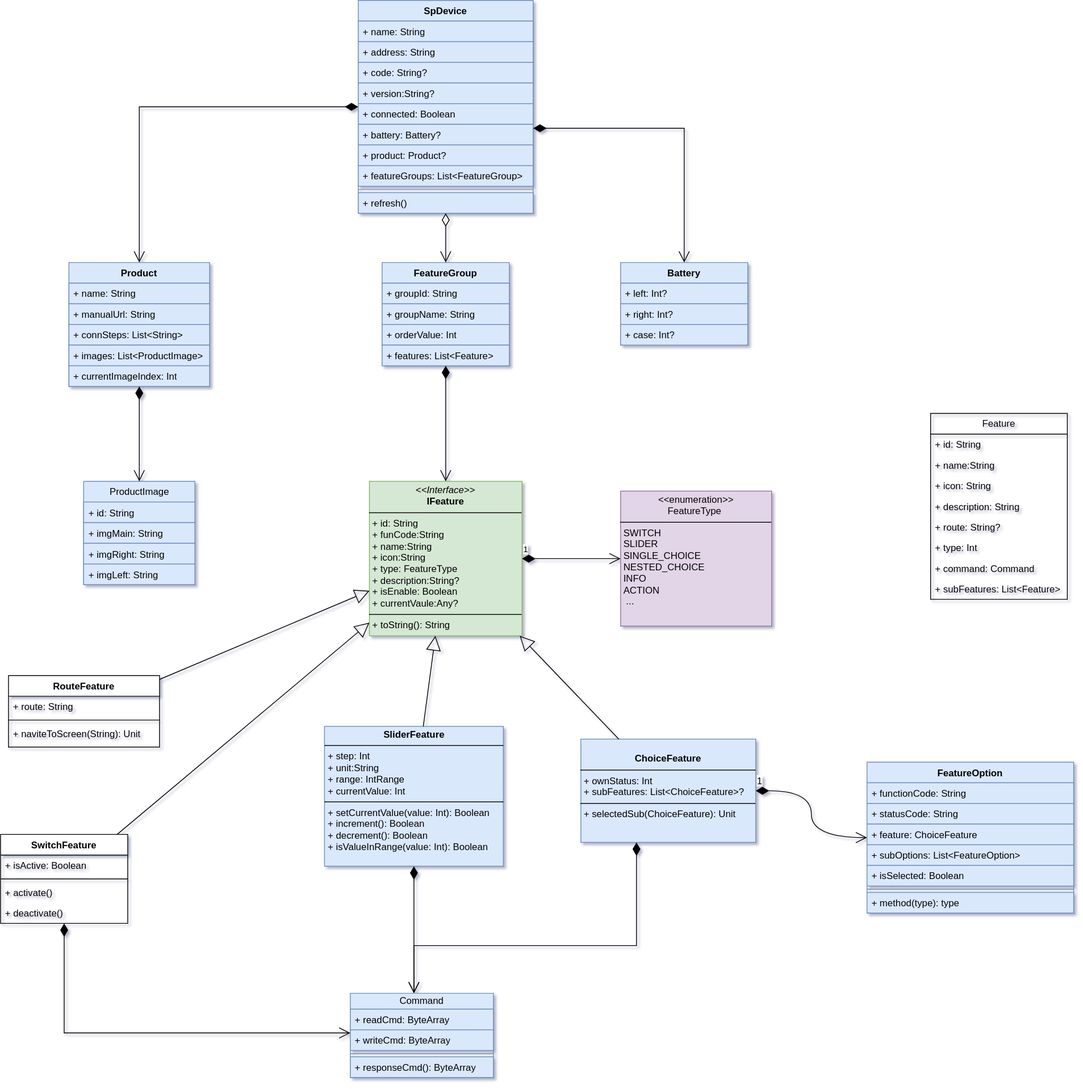
The draw.io diagram sp-device.drawio.svg in kekemao00/draw-libs, before a commit. Source tidied: cells renumbered, new cells last; positions are measured from the earlier drawing's top-left corner, leaving out a move shared by most shapes.
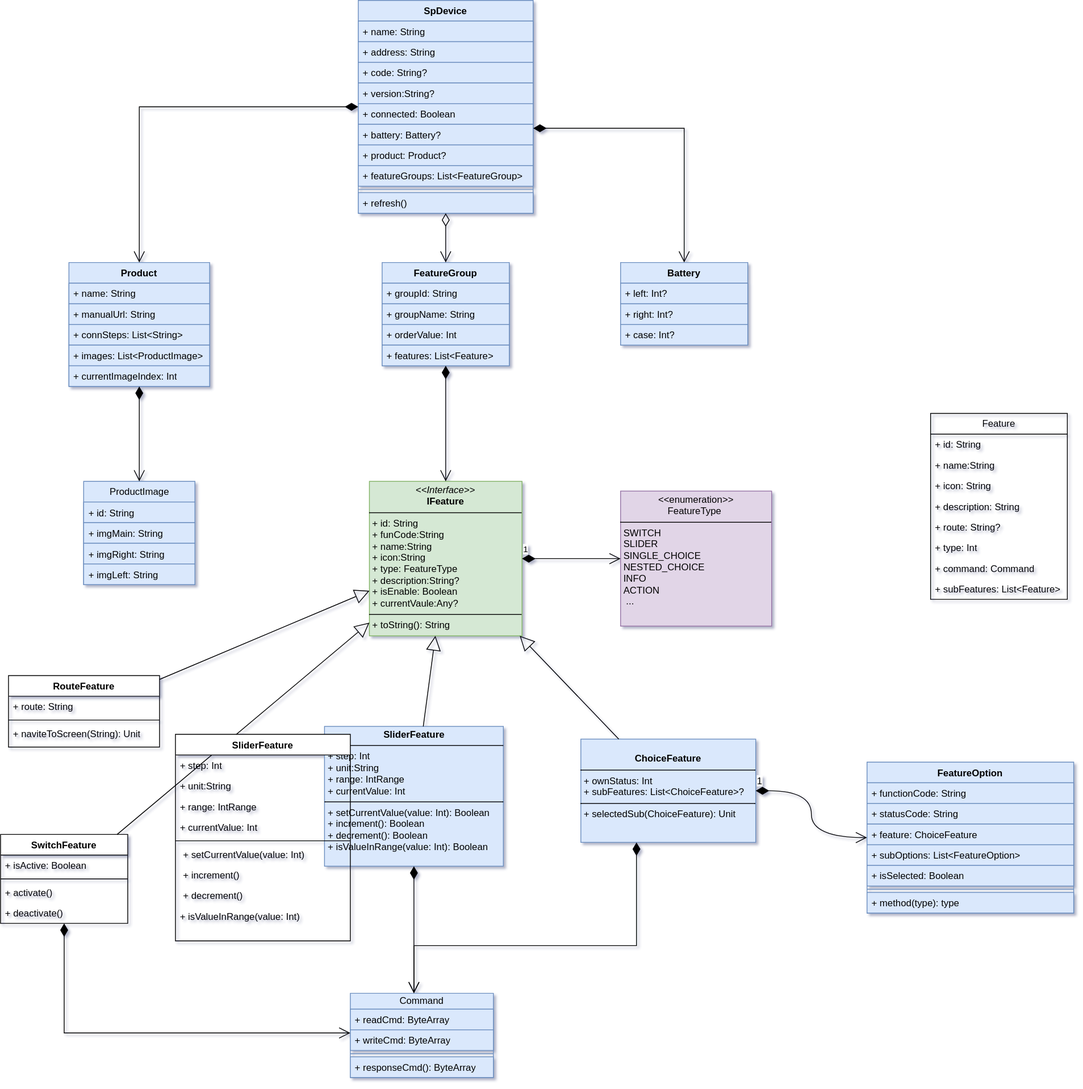
Later version of the same file.

Diff of the diagram source:
```diff
@@ -261,5 +261,35 @@
     <mxCell id="81" value="+ deactivate()" style="text;strokeColor=none;fillColor=none;align=left;verticalAlign=top;spacingLeft=4;spacingRight=4;overflow=hidden;whiteSpace=wrap;html=1;" parent="77" vertex="1">
       <mxGeometry y="86" width="160" height="26" as="geometry" />
     </mxCell>
+    <mxCell id="82" value="SliderFeature" style="swimlane;fontStyle=1;align=center;verticalAlign=top;horizontal=1;startSize=26;whiteSpace=wrap;html=1;" parent="1" vertex="1">
+      <mxGeometry x="220" y="924" width="220" height="260" as="geometry" />
+    </mxCell>
+    <mxCell id="83" value="+&amp;nbsp;step: Int" style="text;strokeColor=none;fillColor=none;align=left;verticalAlign=top;spacingLeft=4;spacingRight=4;overflow=hidden;whiteSpace=wrap;html=1;" parent="82" vertex="1">
+      <mxGeometry y="26" width="220" height="26" as="geometry" />
+    </mxCell>
+    <mxCell id="84" value="+ unit:String" style="text;strokeColor=none;fillColor=none;align=left;verticalAlign=top;spacingLeft=4;spacingRight=4;overflow=hidden;whiteSpace=wrap;html=1;" parent="82" vertex="1">
+      <mxGeometry y="52" width="220" height="26" as="geometry" />
+    </mxCell>
+    <mxCell id="85" value="+ range: IntRange" style="text;strokeColor=none;fillColor=none;align=left;verticalAlign=top;spacingLeft=4;spacingRight=4;overflow=hidden;whiteSpace=wrap;html=1;" parent="82" vertex="1">
+      <mxGeometry y="78" width="220" height="26" as="geometry" />
+    </mxCell>
+    <mxCell id="86" value="+&amp;nbsp;currentValue: Int" style="text;strokeColor=none;fillColor=none;align=left;verticalAlign=top;spacingLeft=4;spacingRight=4;overflow=hidden;whiteSpace=wrap;html=1;" parent="82" vertex="1">
+      <mxGeometry y="104" width="220" height="26" as="geometry" />
+    </mxCell>
+    <mxCell id="87" style="line;strokeWidth=1;fillColor=none;align=left;verticalAlign=middle;spacingTop=-1;spacingLeft=3;spacingRight=3;labelPosition=right;strokeColor=inherit;" parent="82" vertex="1">
+      <mxGeometry y="130" width="220" height="8" as="geometry" />
+    </mxCell>
+    <mxCell id="88" value="&lt;p style=&quot;margin: 0px 0px 0px 4px;&quot;&gt;+ setCurrentValue(value: Int)&lt;/p&gt;&lt;div&gt;&lt;br&gt;&lt;/div&gt;" style="text;strokeColor=none;fillColor=none;align=left;verticalAlign=top;spacingLeft=4;spacingRight=4;overflow=hidden;whiteSpace=wrap;html=1;" parent="82" vertex="1">
+      <mxGeometry y="138" width="220" height="26" as="geometry" />
+    </mxCell>
+    <mxCell id="89" value="&lt;p style=&quot;margin: 0px 0px 0px 4px;&quot;&gt;+ increment()&lt;/p&gt;&lt;div&gt;&lt;br&gt;&lt;/div&gt;" style="text;strokeColor=none;fillColor=none;align=left;verticalAlign=top;spacingLeft=4;spacingRight=4;overflow=hidden;whiteSpace=wrap;html=1;" parent="82" vertex="1">
+      <mxGeometry y="164" width="220" height="26" as="geometry" />
+    </mxCell>
+    <mxCell id="90" value="&lt;p style=&quot;margin: 0px 0px 0px 4px;&quot;&gt;+ decrement()&lt;/p&gt;&lt;div&gt;&lt;br&gt;&lt;/div&gt;" style="text;strokeColor=none;fillColor=none;align=left;verticalAlign=top;spacingLeft=4;spacingRight=4;overflow=hidden;whiteSpace=wrap;html=1;" parent="82" vertex="1">
+      <mxGeometry y="190" width="220" height="26" as="geometry" />
+    </mxCell>
+    <mxCell id="91" value="+ isValueInRange(value: Int)" style="text;strokeColor=none;fillColor=none;align=left;verticalAlign=top;spacingLeft=4;spacingRight=4;overflow=hidden;whiteSpace=wrap;html=1;" parent="82" vertex="1">
+      <mxGeometry y="216" width="220" height="44" as="geometry" />
+    </mxCell>
   </root>
 </mxGraphModel>
```
